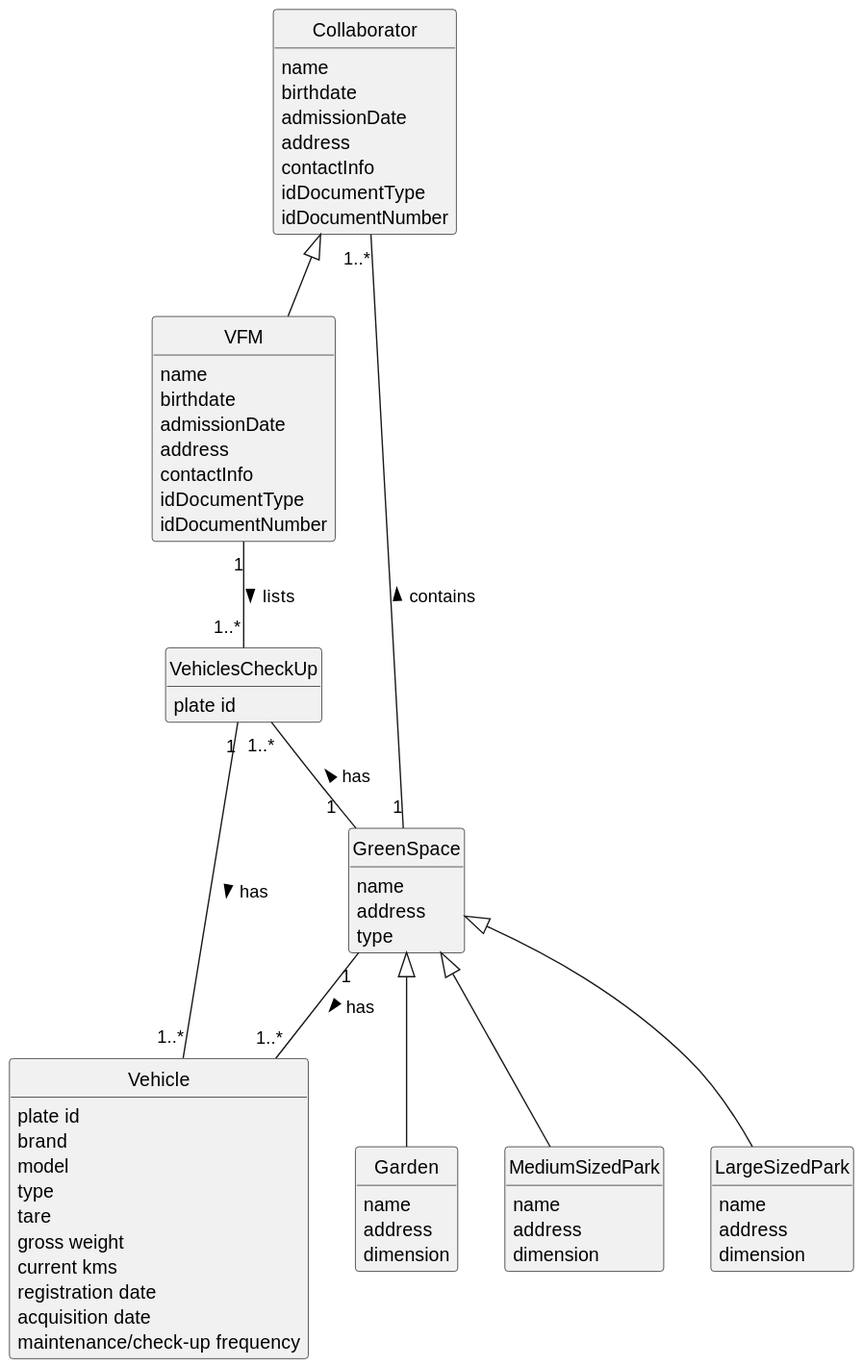
The PlantUML diagram docs/sprintA/us008/02.analysis/svg/us008-domain-model.svg in diogoveirospro/lei-24-s2-1dg-g072, before a commit.
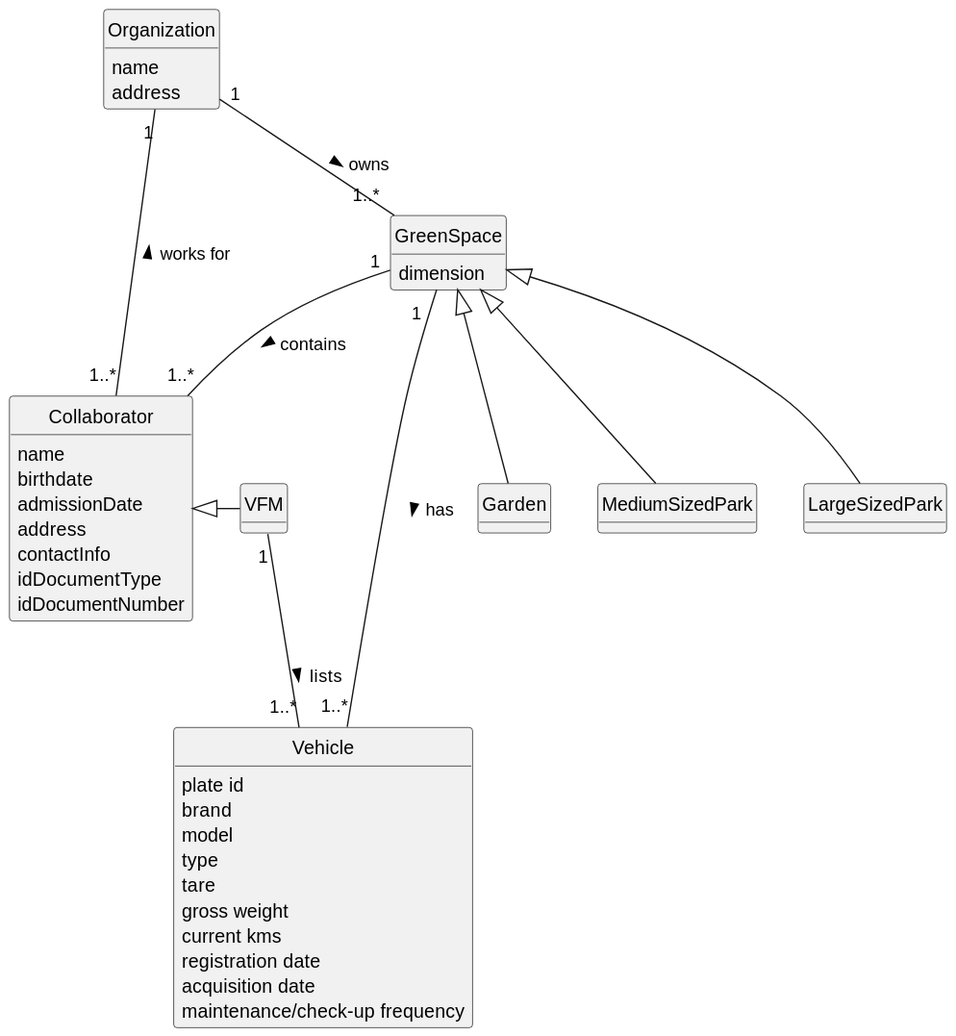
Above is the later version.

The edit, as a diff of the source:
```diff
@@ -18,42 +18,30 @@
     idDocumentType
     idDocumentNumber
 }
+class Organization{
+    name
+    address
+}
 
 class VFM {
-    name
-    birthdate
-    admissionDate
-    address
-    contactInfo
-    idDocumentType
-    idDocumentNumber
+
 }
 
-class VehiclesCheckUp {
-    plate id
-}
+
 class GreenSpace {
-    name
-    address
-    type
+    dimension
 }
 
 class Garden {
-    name
-    address
-    dimension
+
 }
 
 class MediumSizedPark {
-    name
-    address
-    dimension
+
 }
 
 class LargeSizedPark {
-    name
-    address
-    dimension
+
 }
 class Vehicle{
     plate id
@@ -70,13 +58,14 @@
 
 
 
-Collaborator <|-- VFM
-VFM "1" -- "1..*" VehiclesCheckUp: lists >
+Collaborator <|- VFM
+VFM "1" -- "1..*" Vehicle: lists >
 GreenSpace <|-- Garden
 GreenSpace <|-- MediumSizedPark
 GreenSpace <|-- LargeSizedPark
 GreenSpace "1" -- "1..*" Collaborator: contains >
-VehiclesCheckUp "1..*" -- "1  " GreenSpace: has <
-Vehicle "1..*" -- "1" VehiclesCheckUp: has <
-GreenSpace "1" -- "1..*" Vehicle: has >
+
+GreenSpace "1  " - "1..*" Vehicle: has >
+Organization "1" -- "1..*" GreenSpace: owns >
+Organization "1" -- "1..*" Collaborator: works for <
 @enduml
```
